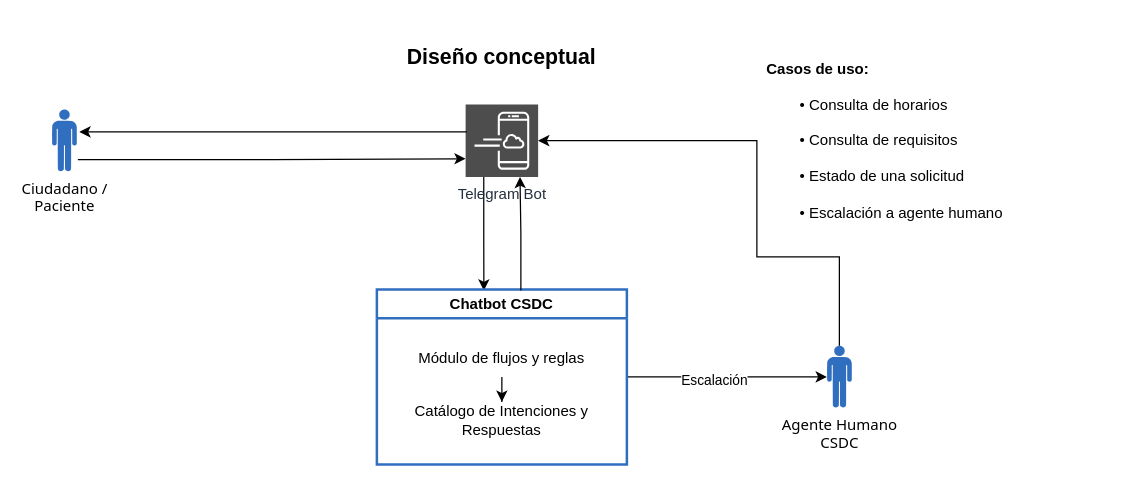
Above: flujos/Diseno_Conceptual.drawio in ada-gonzalez/grupo20_Chatbot (draw.io), before the change. Source tidied: cells renumbered, new cells numbered last; positions are measured from the earlier drawing's top-left corner, leaving out a move shared by most shapes. Both pictures are drawn from the tidied source at 125%, with x=0, y=0 at pixel (51, 39).
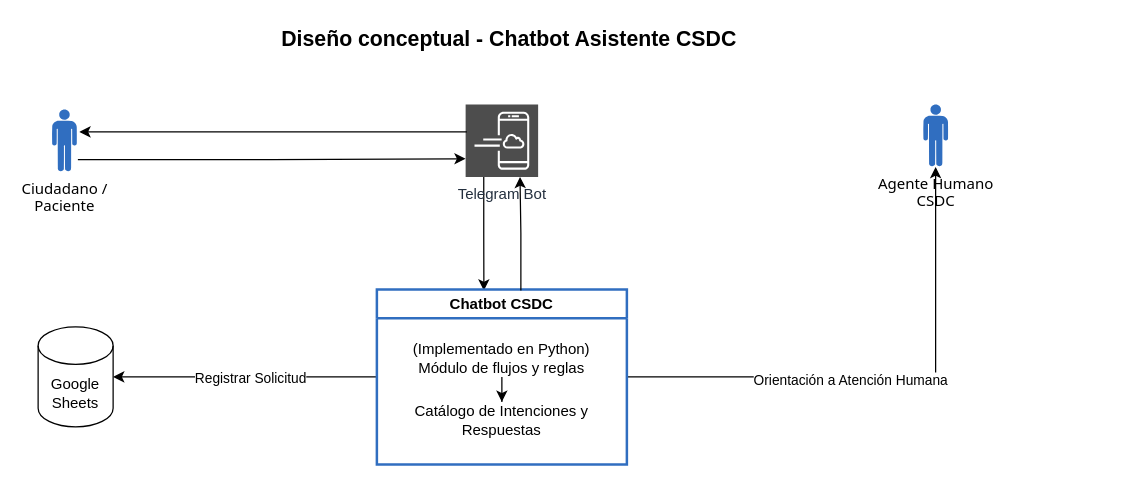
Above is the later version.

The change refers to these unchanged cells:
```xml
<mxCell id="5" value="Telegram Bot" style="sketch=0;points=[[0,0,0],[0.25,0,0],[0.5,0,0],[0.75,0,0],[1,0,0],[0,1,0],[0.25,1,0],[0.5,1,0],[0.75,1,0],[1,1,0],[0,0.25,0],[0,0.5,0],[0,0.75,0],[1,0.25,0],[1,0.5,0],[1,0.75,0]];outlineConnect=0;fontColor=#232F3E;fillColor=#4D4D4D;strokeColor=#ffffff;dashed=0;verticalLabelPosition=bottom;verticalAlign=top;align=center;html=1;fontSize=12;fontStyle=0;shape=mxgraph.aws4.resourceIcon;resIcon=mxgraph.aws4.mobile_application;" parent="1" vertex="1">
  <mxGeometry x="331" y="52" width="58" height="58" as="geometry" />
</mxCell>
<mxCell id="6" style="edgeStyle=orthogonalEdgeStyle;rounded=0;jettySize=auto;html=1;" parent="1" edge="1" source="8" target="12">
  <mxGeometry relative="1" as="geometry" />
</mxCell>
<mxCell id="8" value="Chatbot CSDC" style="swimlane;whiteSpace=wrap;html=1;startSize=23;textShadow=0;labelBorderColor=none;strokeColor=light-dark(#306EC0,#EDEDED);strokeWidth=2;swimlaneFillColor=default;" parent="1" vertex="1">
  <mxGeometry x="260" y="200" width="200" height="140" as="geometry" />
</mxCell>
```

Change to the diagram source:
```diff
@@
-    <mxCell id="7" value="Escalación" style="edgeLabel;html=1;align=center;verticalAlign=middle;" parent="6" vertex="1">
+    <mxCell id="7" value="Orientación a Atención Humana" style="edgeLabel;html=1;align=center;verticalAlign=middle;" parent="6" vertex="1">
       <mxGeometry x="-0.14" y="-2" relative="1" as="geometry" />
     </mxCell>
+    <mxCell id="18" style="edgeStyle=orthogonalEdgeStyle;rounded=0;jettySize=auto;html=1;" parent="1" edge="1" source="8" target="20">
+      <mxGeometry relative="1" as="geometry" />
+    </mxCell>
+    <mxCell id="19" value="Registrar Solicitud" style="edgeLabel;html=1;align=center;verticalAlign=middle;" parent="18" vertex="1">
+      <mxGeometry x="-0.22" y="1" relative="1" as="geometry">
+        <mxPoint x="-20" y="-1" as="offset" />
+      </mxGeometry>
+    </mxCell>
@@
-    <mxCell id="10" value="Módulo de flujos y reglas" style="text;html=1;whiteSpace=wrap;strokeColor=none;fillColor=none;align=center;verticalAlign=middle;rounded=0;" parent="8" vertex="1">
+    <mxCell id="10" value="&lt;div&gt;(Implementado en Python)&lt;/div&gt;Módulo de flujos y reglas" style="text;html=1;whiteSpace=wrap;strokeColor=none;fillColor=none;align=center;verticalAlign=middle;rounded=0;" parent="8" vertex="1">
       <mxGeometry x="20" y="40" width="160" height="30" as="geometry" />
     </mxCell>
@@
     <mxCell id="12" value="&lt;font face=&quot;Tahoma&quot;&gt;Agente Humano&lt;br&gt;CSDC&lt;/font&gt;" style="verticalLabelPosition=bottom;sketch=0;html=1;fillColor=light-dark(#306EC0,#C380C2);verticalAlign=top;align=center;shape=mxgraph.cisco_safe.design.actor_2;" parent="1" vertex="1">
-      <mxGeometry x="620" y="245" width="20" height="50" as="geometry" />
+      <mxGeometry x="697" y="52" width="20" height="50" as="geometry" />
     </mxCell>
-    <mxCell id="13" value="Diseño conceptual" style="text;html=1;whiteSpace=wrap;strokeColor=none;fillColor=none;align=center;verticalAlign=middle;rounded=0;fontStyle=1;fontSize=17;" parent="1" vertex="1">
-      <mxGeometry x="195" width="330" height="30" as="geometry" />
+    <mxCell id="13" value="Diseño conceptual - Chatbot Asistente CSDC" style="text;html=1;whiteSpace=wrap;strokeColor=none;fillColor=none;align=center;verticalAlign=middle;rounded=0;fontStyle=1;fontSize=17;" parent="1" vertex="1">
+      <mxGeometry x="178" y="-14" width="376" height="30" as="geometry" />
     </mxCell>
-    <mxCell id="14" value="&lt;b&gt;Casos de uso:&lt;/b&gt;&lt;div&gt;&lt;b&gt;&lt;br&gt;&lt;/b&gt;&lt;span style=&quot;white-space: pre;&quot;&gt;&#9;&lt;/span&gt;• Consulta de horarios&lt;br&gt;&lt;br&gt;&lt;span style=&quot;white-space: pre;&quot;&gt;&#9;&lt;/span&gt;• Consulta de requisitos&lt;br&gt;&lt;br&gt;&lt;span style=&quot;white-space: pre;&quot;&gt;&#9;&lt;/span&gt;• Estado de una solicitud&lt;br&gt;&lt;br&gt;&lt;span style=&quot;white-space: pre;&quot;&gt;&#9;&lt;/span&gt;• Escalación a agente humano&lt;/div&gt;" style="text;html=1;whiteSpace=wrap;strokeColor=none;fillColor=none;align=left;verticalAlign=middle;rounded=0;fontStyle=0;" parent="1" vertex="1">
-      <mxGeometry x="570" y="1" width="270" height="160" as="geometry" />
-    </mxCell>
@@
-    <mxCell id="17" style="edgeStyle=orthogonalEdgeStyle;rounded=0;jettySize=auto;html=1;entryX=1;entryY=0.5;entryDx=0;entryDy=0;entryPerimeter=0;" parent="1" edge="1" source="12" target="5">
-      <mxGeometry relative="1" as="geometry">
-        <Array as="points">
-          <mxPoint x="630" y="174" />
-          <mxPoint x="564" y="174" />
-          <mxPoint x="564" y="81" />
-        </Array>
-      </mxGeometry>
-    </mxCell>
+    <mxCell id="20" value="Google Sheets" style="shape=cylinder3;whiteSpace=wrap;html=1;boundedLbl=1;backgroundOutline=1;size=15;" parent="1" vertex="1">
+      <mxGeometry x="-11" y="230" width="60" height="80" as="geometry" />
+    </mxCell>
```
